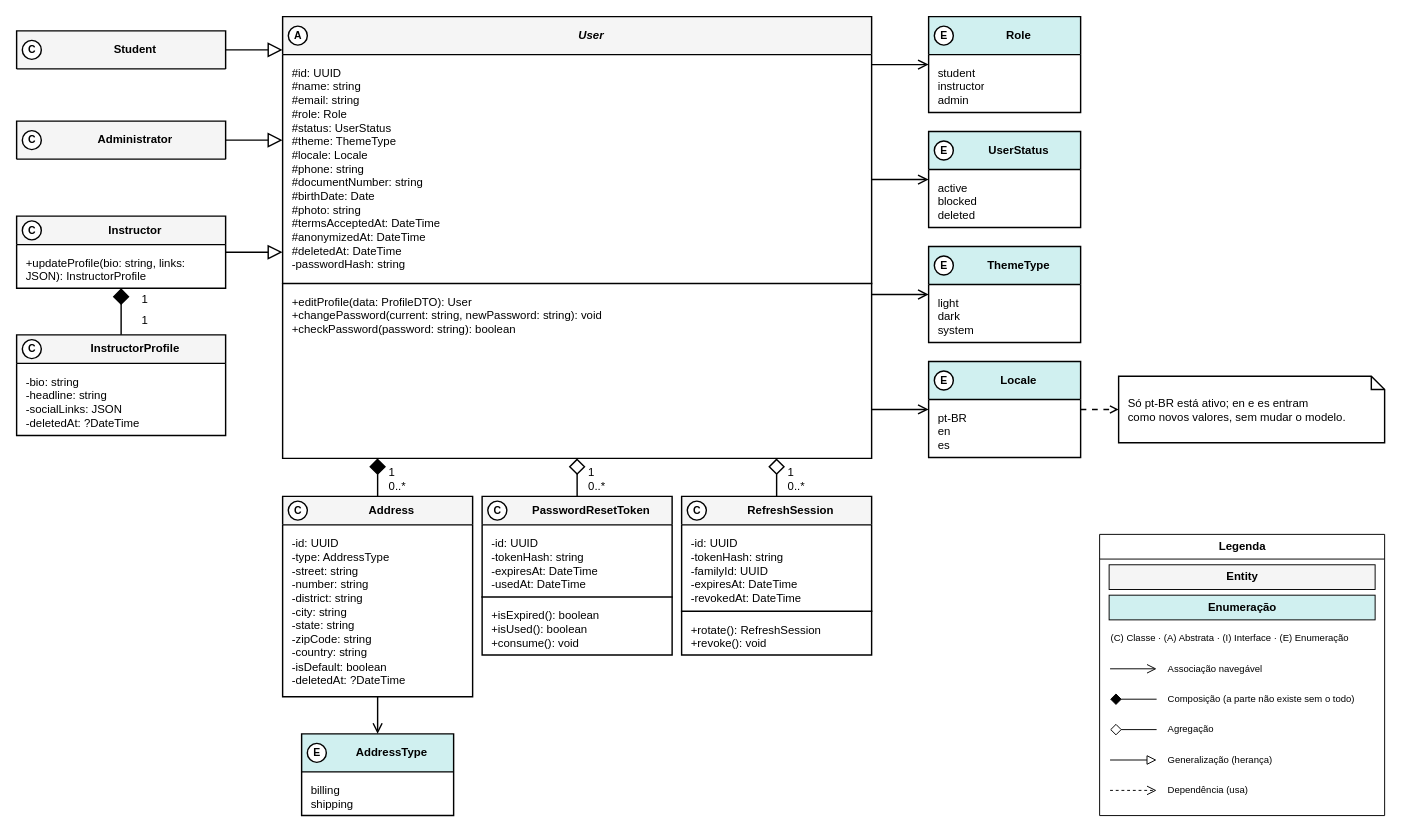
The draw.io diagram especificacao/diagramas/13-classes-area-a-negocial.drawio in Plataforma-de-Cursos-TCC/plataforma-cursos-docs, before the edit. Source tidied: cells renumbered, new cells numbered last; positions are measured from the earlier drawing's top-left corner, leaving out a move shared by most shapes. Both pictures are drawn from the tidied source at 95%, with x=0, y=0 at pixel (16, 16).
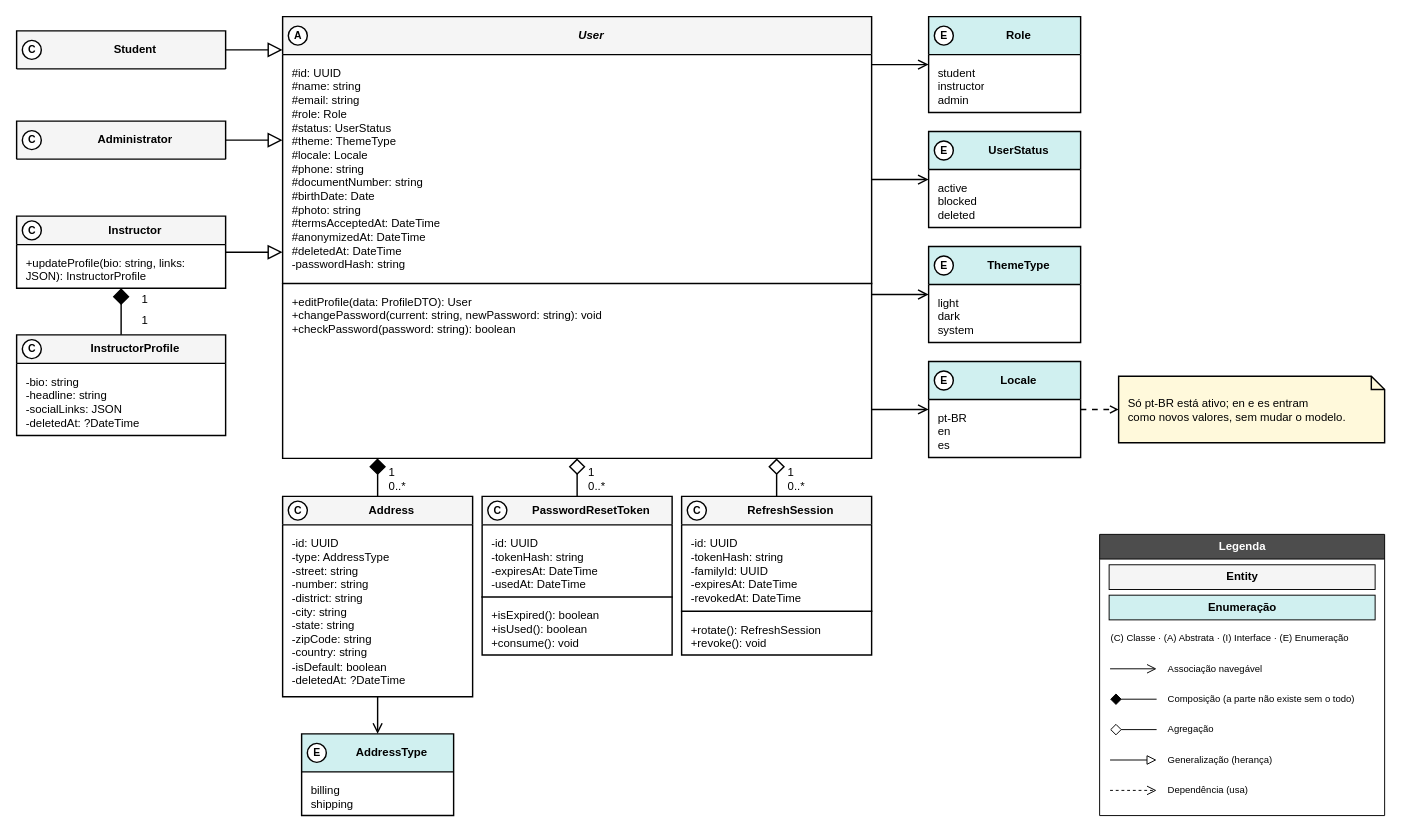
The same page after the edit.

The edit, as a diff of the source:
```diff
@@
-    <mxCell id="19" value="Só pt-BR está ativo; en e es entram&lt;br&gt;como novos valores, sem mudar o modelo." style="shape=note;whiteSpace=wrap;html=1;size=14;verticalAlign=middle;align=left;spacingLeft=8;spacingRight=8;fillColor=#FFFFFF;strokeColor=#000000;strokeWidth=1.5;fontFamily=Helvetica;fontSize=12;fontColor=#000000;" parent="1" vertex="1">
+    <mxCell id="19" value="Só pt-BR está ativo; en e es entram&lt;br&gt;como novos valores, sem mudar o modelo." style="shape=note;whiteSpace=wrap;html=1;size=14;verticalAlign=middle;align=left;spacingLeft=8;spacingRight=8;fillColor=#FFF9DB;strokeColor=#000000;strokeWidth=1.5;fontFamily=Helvetica;fontSize=12;fontColor=#000000;" parent="1" vertex="1">
       <mxGeometry x="1160" y="378.5" width="280" height="70" as="geometry" />
     </mxCell>
@@
-    <mxCell id="64" value="Legenda" style="swimlane;html=1;rounded=0;startSize=26;fontStyle=1;fillColor=#FFFFFF;swimlaneFillColor=#FFFFFF;strokeColor=#000000;" parent="1" vertex="1">
+    <mxCell id="64" value="Legenda" style="swimlane;html=1;rounded=0;startSize=26;fontStyle=1;fillColor=#4D4D4D;fontColor=#FFFFFF;swimlaneFillColor=#FFFFFF;strokeColor=#000000;" parent="1" vertex="1">
       <mxGeometry x="1140" y="545" width="300" height="296" as="geometry" />
     </mxCell>
```
